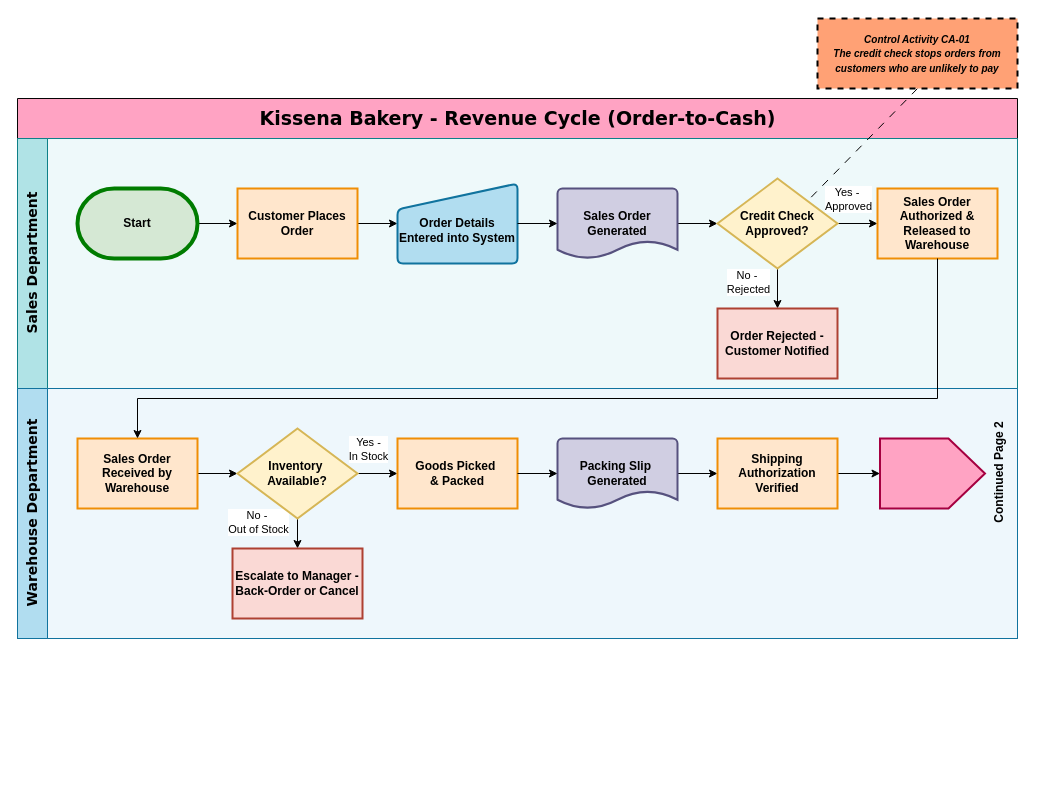
talyasharoni51-a11y/drawio keeps this draw.io diagram as page "Page-1" (1 of 2) of Revenue_Cycle_Controls.drawio. Above is the earlier version. Source tidied: cells renumbered, new cells numbered last; positions are measured from the earlier drawing's top-left corner, leaving out a move shared by most shapes. Both pictures are drawn from the tidied source at 100%, with x=0, y=0 at pixel (17, 18).
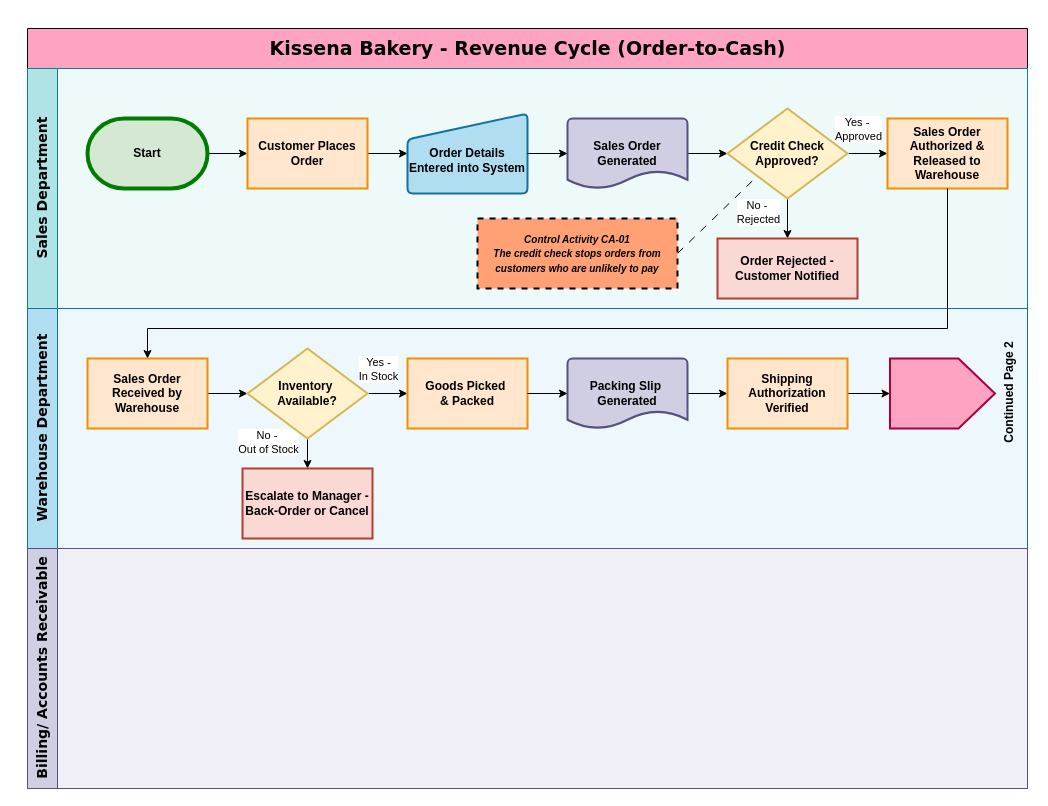
Above is the later version.

Unchanged cells that the change refers to:
```xml
<mxCell id="15" value="&lt;b&gt;Credit Check Approved?&lt;/b&gt;" style="rhombus;whiteSpace=wrap;html=1;strokeWidth=2;fillColor=#fff2cc;strokeColor=#d6b656;" parent="3" vertex="1">
  <mxGeometry x="700" y="40" width="120" height="90" as="geometry" />
</mxCell>
```

What changed in the source:
```diff
@@
     <mxCell id="2" value="&lt;font face=&quot;Verdana&quot;&gt;Kissena Bakery - Revenue Cycle (Order-to-Cash)&lt;/font&gt;" style="swimlane;horizontal=1;startSize=40;html=1;fillColor=light-dark(#ffa3c3, #ff90f3);strokeColor=light-dark(#050505, #d7817e);fontSize=19;" parent="1" vertex="1">
-      <mxGeometry y="80" width="1000" height="540" as="geometry" />
+      <mxGeometry x="10" y="10" width="1000" height="760" as="geometry" />
     </mxCell>
     <mxCell id="3" value="&lt;font style=&quot;font-size: 14px;&quot; face=&quot;Verdana&quot;&gt;Sales Department&lt;/font&gt;" style="swimlane;startSize=30;horizontal=0;html=1;fillColor=#b0e3e6;strokeColor=#0e8088;gradientColor=none;swimlaneFillColor=#EEF9FA;" parent="2" vertex="1">
-      <mxGeometry y="40" width="1000" height="250" as="geometry" />
+      <mxGeometry y="40" width="1000" height="240" as="geometry" />
     </mxCell>
@@
     <mxCell id="16" value="&lt;b&gt;Order Rejected - Customer Notified&lt;/b&gt;" style="html=1;dashed=0;whiteSpace=wrap;fillColor=#fad9d5;strokeColor=#ae4132;strokeWidth=2;" parent="3" vertex="1">
-      <mxGeometry x="700" y="170" width="120" height="70" as="geometry" />
+      <mxGeometry x="690" y="170" width="140" height="60" as="geometry" />
     </mxCell>
@@
     <mxCell id="19" value="&lt;font style=&quot;font-size: 14px;&quot; face=&quot;Verdana&quot;&gt;Warehouse Department&lt;/font&gt;" style="swimlane;startSize=30;horizontal=0;html=1;fillColor=#b1ddf0;strokeColor=#10739e;swimlaneFillColor=#EEF7FC;" parent="2" vertex="1">
-      <mxGeometry y="290" width="1000" height="250" as="geometry" />
+      <mxGeometry y="280" width="1000" height="240" as="geometry" />
     </mxCell>
@@
+    <mxCell id="38" value="&lt;font face=&quot;Verdana&quot; style=&quot;font-size: 14px;&quot;&gt;Billing/ Accounts Receivable&lt;/font&gt;" style="swimlane;startSize=30;horizontal=0;html=1;fillColor=#D0CEE2;strokeColor=#56517e;swimlaneFillColor=#F0EFF8;" parent="2" vertex="1">
+      <mxGeometry y="520" width="1000" height="240" as="geometry" />
+    </mxCell>
@@
-    <mxCell id="36" style="rounded=0;jettySize=auto;html=1;exitX=0.5;exitY=1;exitDx=0;exitDy=0;entryX=1;entryY=0;entryDx=0;entryDy=0;dashed=1;dashPattern=8 8;endArrow=none;endFill=0;strokeWidth=1;startSize=2;endSize=2;" parent="1" edge="1" source="37" target="15">
+    <mxCell id="36" style="rounded=0;jettySize=auto;html=1;exitX=1;exitY=0.5;exitDx=0;exitDy=0;dashed=1;dashPattern=8 8;endArrow=none;endFill=0;strokeWidth=1;startSize=2;endSize=2;entryX=0;entryY=1;entryDx=0;entryDy=0;" parent="1" edge="1" source="37" target="15">
       <mxGeometry relative="1" as="geometry" />
     </mxCell>
     <mxCell id="37" value="&lt;b&gt;&lt;font style=&quot;font-size: 10px;&quot;&gt;&lt;i&gt;Control Activity CA-01&lt;/i&gt;&lt;/font&gt;&lt;/b&gt;&lt;div&gt;&lt;b&gt;&lt;font style=&quot;font-size: 10px;&quot;&gt;&lt;i&gt;The credit check stops orders from customers who are unlikely to pay&lt;/i&gt;&lt;/font&gt;&lt;/b&gt;&lt;/div&gt;" style="html=1;dashed=1;whiteSpace=wrap;fillColor=light-dark(#ffa175, #c35a28);strokeColor=#000000;strokeWidth=2;fontColor=#000000;" parent="1" vertex="1">
-      <mxGeometry x="800" width="200" height="70" as="geometry" />
+      <mxGeometry x="460" y="200" width="200" height="70" as="geometry" />
     </mxCell>
```
